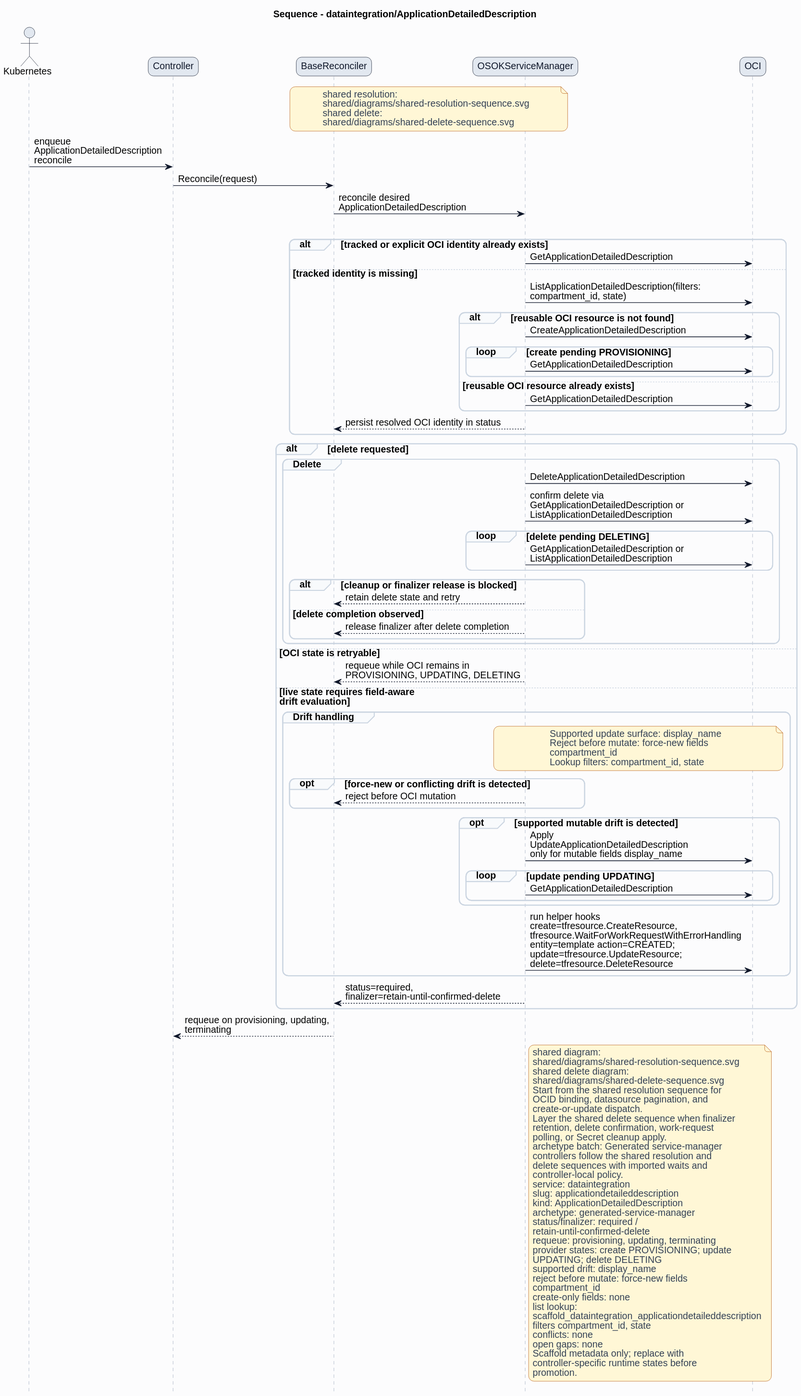
Before: formal/controllers/dataintegration/applicationdetaileddescription/diagrams/sequence.svg, a diagram exported from PlantUML (HaoyL666/oci-service-operator).
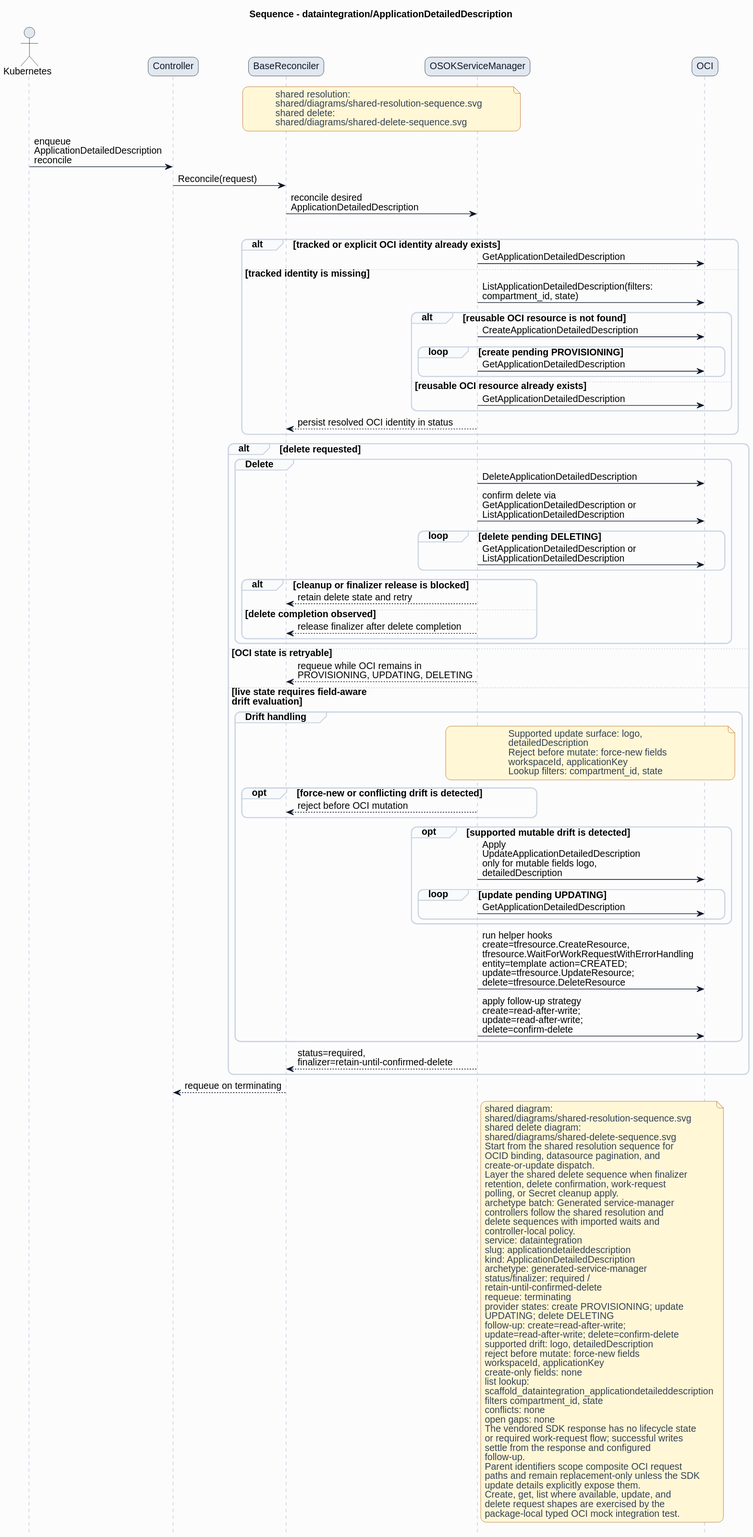
After the commit.

The edit, as a diff of the source:
```diff
@@ -67,25 +67,27 @@
 else live state requires field-aware\ndrift evaluation
 group Drift handling
 note over ServiceManager,OCI
-Supported update surface: display_name
+Supported update surface: logo,
+detailedDescription
 Reject before mutate: force-new fields
-compartment_id
+workspaceId, applicationKey
 Lookup filters: compartment_id, state
 end note
 opt force-new or conflicting drift is detected
 ServiceManager --> BaseReconciler: reject before OCI mutation
 end
 opt supported mutable drift is detected
-ServiceManager -> OCI: Apply\nUpdateApplicationDetailedDescription\nonly for mutable fields display_name
+ServiceManager -> OCI: Apply\nUpdateApplicationDetailedDescription\nonly for mutable fields logo,\ndetailedDescription
 loop update pending UPDATING
 ServiceManager -> OCI: GetApplicationDetailedDescription
 end
 end
 ServiceManager -> OCI: run helper hooks\ncreate=tfresource.CreateResource,\ntfresource.WaitForWorkRequestWithErrorHandling\nentity=template action=CREATED;\nupdate=tfresource.UpdateResource;\ndelete=tfresource.DeleteResource
+ServiceManager -> OCI: apply follow-up strategy\ncreate=read-after-write;\nupdate=read-after-write;\ndelete=confirm-delete
 end
 ServiceManager --> BaseReconciler: status=required,\nfinalizer=retain-until-confirmed-delete
 end
-BaseReconciler --> Controller: requeue on provisioning, updating,\nterminating
+BaseReconciler --> Controller: requeue on terminating
 note right of ServiceManager
 shared diagram:
 shared/diagrams/shared-resolution-sequence.svg
@@ -107,20 +109,29 @@
 archetype: generated-service-manager
 status/finalizer: required /
 retain-until-confirmed-delete
-requeue: provisioning, updating, terminating
+requeue: terminating
 provider states: create PROVISIONING; update
 UPDATING; delete DELETING
-supported drift: display_name
+follow-up: create=read-after-write;
+update=read-after-write; delete=confirm-delete
+supported drift: logo, detailedDescription
 reject before mutate: force-new fields
-compartment_id
+workspaceId, applicationKey
 create-only fields: none
 list lookup:
 scaffold_dataintegration_applicationdetaileddescription
 filters compartment_id, state
 conflicts: none
 open gaps: none
-Scaffold metadata only; replace with
-controller-specific runtime states before
-promotion.
+The vendored SDK response has no lifecycle state
+or required work-request flow; successful writes
+settle from the response and configured
+follow-up.
+Parent identifiers scope composite OCI request
+paths and remain replacement-only unless the SDK
+update details explicitly expose them.
+Create, get, list where available, update, and
+delete request shapes are exercised by the
+package-local typed OCI mock integration test.
 end note
 @enduml
```
